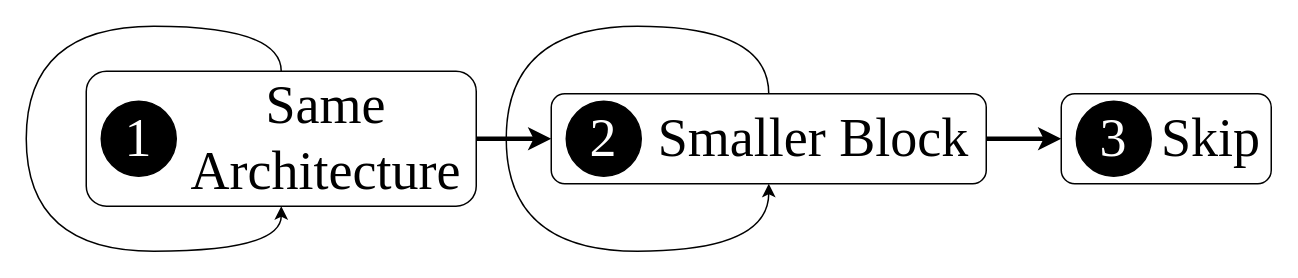
BDHU/blockllm-diagram keeps this draw.io diagram as blockLLM_workflow.drawio. Above is the earlier version. Source tidied: cells renumbered, new cells numbered last; positions are measured from the earlier drawing's top-left corner, leaving out a move shared by most shapes. Both pictures are drawn from the tidied source at 150%, with x=0, y=0 at pixel (26, 26).
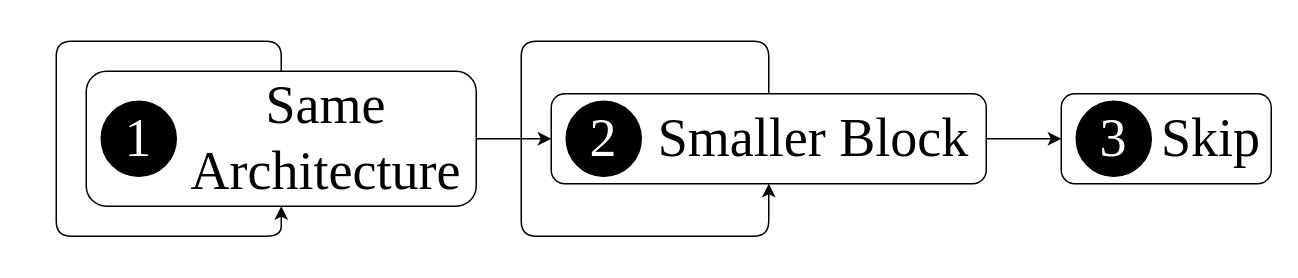
Above is the later version.

What changed in the source:
```diff
@@
 <mxGraphModel>
   <root>
     <mxCell id="0" />
     <mxCell id="1" parent="0" />
     <mxCell id="2" value="&lt;font style=&quot;font-size: 36px; color: rgb(255, 255, 255);&quot; face=&quot;Times New Roman&quot;&gt;1&lt;/font&gt;" style="ellipse;whiteSpace=wrap;html=1;fillColor=#000000;" parent="1" vertex="1">
       <mxGeometry x="50" y="50" width="50" height="50" as="geometry" />
     </mxCell>
     <mxCell id="3" value="&lt;font style=&quot;font-size: 36px;&quot; face=&quot;Times New Roman&quot;&gt;Same Architecture&lt;br&gt;&lt;/font&gt;" style="text;html=1;align=center;verticalAlign=middle;whiteSpace=wrap;rounded=0;" parent="1" vertex="1">
       <mxGeometry x="110" y="60" width="180" height="30" as="geometry" />
     </mxCell>
     <mxCell id="4" value="&lt;font style=&quot;font-size: 36px; color: rgb(255, 255, 255);&quot; face=&quot;Times New Roman&quot;&gt;2&lt;/font&gt;" style="ellipse;whiteSpace=wrap;html=1;fillColor=#000000;" parent="1" vertex="1">
       <mxGeometry x="360" y="50" width="50" height="50" as="geometry" />
     </mxCell>
     <mxCell id="5" value="&lt;font style=&quot;font-size: 36px;&quot; face=&quot;Times New Roman&quot;&gt;Smaller Block&lt;/font&gt;" style="text;html=1;align=center;verticalAlign=middle;whiteSpace=wrap;rounded=0;" parent="1" vertex="1">
       <mxGeometry x="420" y="60" width="210" height="30" as="geometry" />
     </mxCell>
     <mxCell id="6" value="&lt;font style=&quot;font-size: 36px; color: rgb(255, 255, 255);&quot; face=&quot;Times New Roman&quot;&gt;3&lt;/font&gt;" style="ellipse;whiteSpace=wrap;html=1;fillColor=#000000;" parent="1" vertex="1">
       <mxGeometry x="700" y="50" width="50" height="50" as="geometry" />
     </mxCell>
     <mxCell id="7" value="&lt;font style=&quot;font-size: 36px;&quot; face=&quot;Times New Roman&quot;&gt;Skip&lt;/font&gt;" style="text;html=1;align=center;verticalAlign=middle;whiteSpace=wrap;rounded=0;" parent="1" vertex="1">
       <mxGeometry x="760" y="60" width="60" height="30" as="geometry" />
     </mxCell>
-    <mxCell id="8" style="edgeStyle=orthogonalEdgeStyle;curved=1;rounded=0;jettySize=auto;html=1;exitX=1;exitY=0.5;exitDx=0;exitDy=0;entryX=0;entryY=0.5;entryDx=0;entryDy=0;strokeWidth=3;" parent="1" edge="1" source="9" target="11">
+    <mxCell id="8" style="edgeStyle=orthogonalEdgeStyle;curved=1;rounded=0;jettySize=auto;html=1;exitX=1;exitY=0.5;exitDx=0;exitDy=0;entryX=0;entryY=0.5;entryDx=0;entryDy=0;strokeWidth=1;" parent="1" edge="1" source="9" target="11">
       <mxGeometry relative="1" as="geometry" />
     </mxCell>
     <mxCell id="9" style="rounded=1;whiteSpace=wrap;html=1;fillColor=none;" parent="1" vertex="1">
       <mxGeometry x="40" y="30" width="260" height="90" as="geometry" />
     </mxCell>
-    <mxCell id="10" style="edgeStyle=orthogonalEdgeStyle;curved=1;rounded=0;jettySize=auto;html=1;exitX=1;exitY=0.5;exitDx=0;exitDy=0;entryX=0;entryY=0.5;entryDx=0;entryDy=0;strokeWidth=3;" parent="1" edge="1" source="11" target="12">
+    <mxCell id="10" style="edgeStyle=orthogonalEdgeStyle;curved=1;rounded=0;jettySize=auto;html=1;exitX=1;exitY=0.5;exitDx=0;exitDy=0;entryX=0;entryY=0.5;entryDx=0;entryDy=0;strokeWidth=1;" parent="1" edge="1" source="11" target="12">
       <mxGeometry relative="1" as="geometry" />
     </mxCell>
     <mxCell id="11" style="rounded=1;whiteSpace=wrap;html=1;fillColor=none;" parent="1" vertex="1">
       <mxGeometry x="350" y="45" width="290" height="60" as="geometry" />
     </mxCell>
     <mxCell id="12" style="rounded=1;whiteSpace=wrap;html=1;fillColor=none;" parent="1" vertex="1">
       <mxGeometry x="690" y="45" width="140" height="60" as="geometry" />
     </mxCell>
-    <mxCell id="13" style="edgeStyle=orthogonalEdgeStyle;curved=1;rounded=0;orthogonalLoop=1;jettySize=auto;html=1;exitX=0.5;exitY=0;exitDx=0;exitDy=0;entryX=0.5;entryY=1;entryDx=0;entryDy=0;strokeWidth=1;" parent="1" edge="1" source="9" target="9">
+    <mxCell id="13" style="edgeStyle=orthogonalEdgeStyle;rounded=1;orthogonalLoop=1;jettySize=auto;html=1;exitX=0.5;exitY=0;exitDx=0;exitDy=0;entryX=0.5;entryY=1;entryDx=0;entryDy=0;curved=0;" parent="1" edge="1" source="9" target="9">
       <mxGeometry relative="1" as="geometry">
         <Array as="points">
-          <mxPoint x="170" />
-          <mxPoint />
-          <mxPoint y="150" />
-          <mxPoint x="170" y="150" />
+          <mxPoint x="170" y="10" />
+          <mxPoint x="20" y="10" />
+          <mxPoint x="20" y="140" />
+          <mxPoint x="170" y="140" />
         </Array>
       </mxGeometry>
     </mxCell>
-    <mxCell id="14" style="edgeStyle=orthogonalEdgeStyle;curved=1;rounded=0;orthogonalLoop=1;jettySize=auto;html=1;exitX=0.5;exitY=0;exitDx=0;exitDy=0;entryX=0.5;entryY=1;entryDx=0;entryDy=0;strokeWidth=1;" parent="1" edge="1" source="11" target="11">
+    <mxCell id="14" style="edgeStyle=orthogonalEdgeStyle;rounded=1;orthogonalLoop=1;jettySize=auto;html=1;exitX=0.5;exitY=0;exitDx=0;exitDy=0;entryX=0.5;entryY=1;entryDx=0;entryDy=0;curved=0;" parent="1" edge="1" source="11" target="11">
       <mxGeometry relative="1" as="geometry">
         <Array as="points">
-          <mxPoint x="495" />
-          <mxPoint x="320" />
-          <mxPoint x="320" y="150" />
-          <mxPoint x="495" y="150" />
+          <mxPoint x="495" y="10" />
+          <mxPoint x="330" y="10" />
+          <mxPoint x="330" y="140" />
+          <mxPoint x="495" y="140" />
         </Array>
       </mxGeometry>
     </mxCell>
   </root>
 </mxGraphModel>
```
